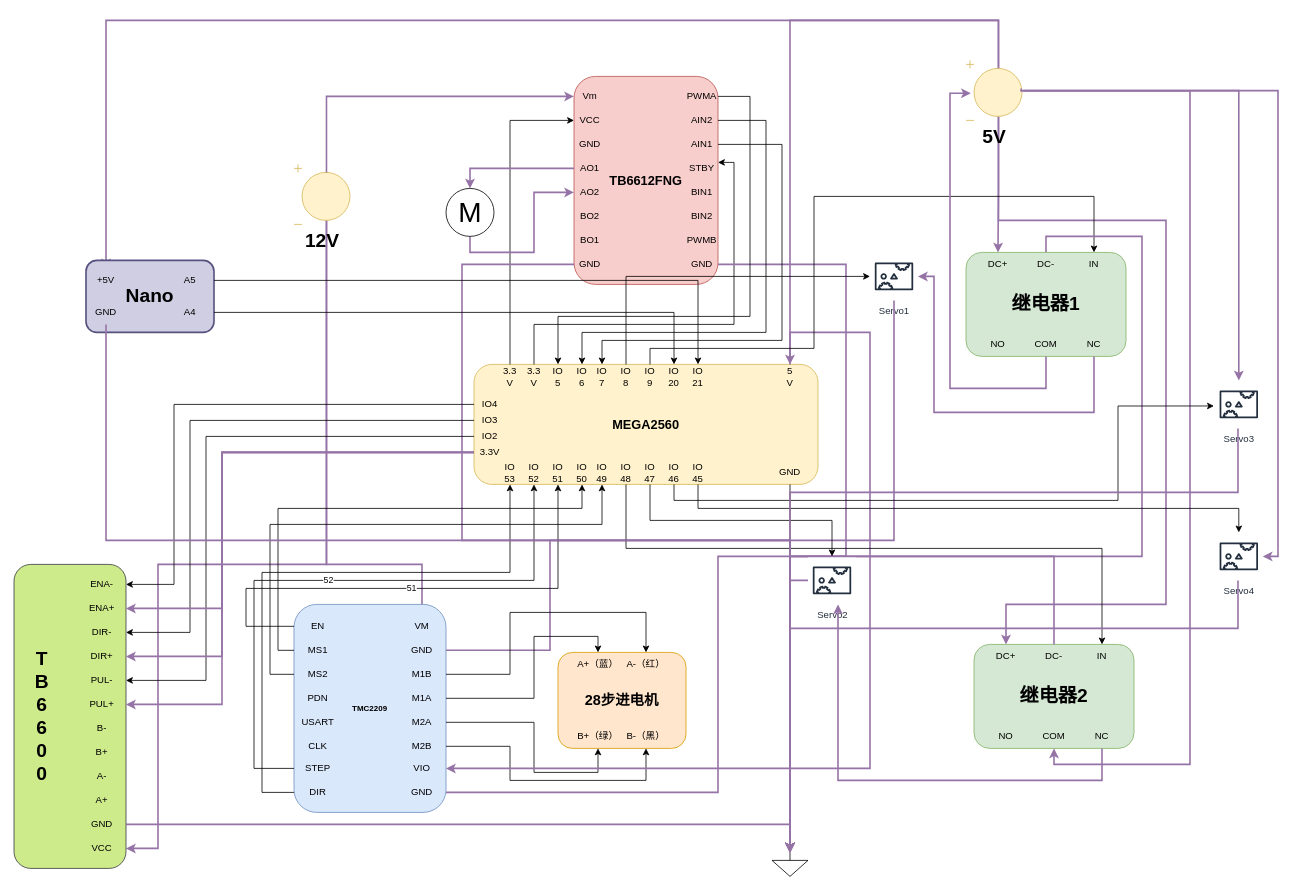
This is 电路图出纸.drawio from xinlanzi/Induisal-design, a draw.io file, before an edit. Source tidied: cells renumbered, new cells numbered last; positions are measured from the earlier drawing's top-left corner, leaving out a move shared by most shapes. Both pictures are drawn from the tidied source at 80%, with x=0, y=0 at pixel (14, 20).
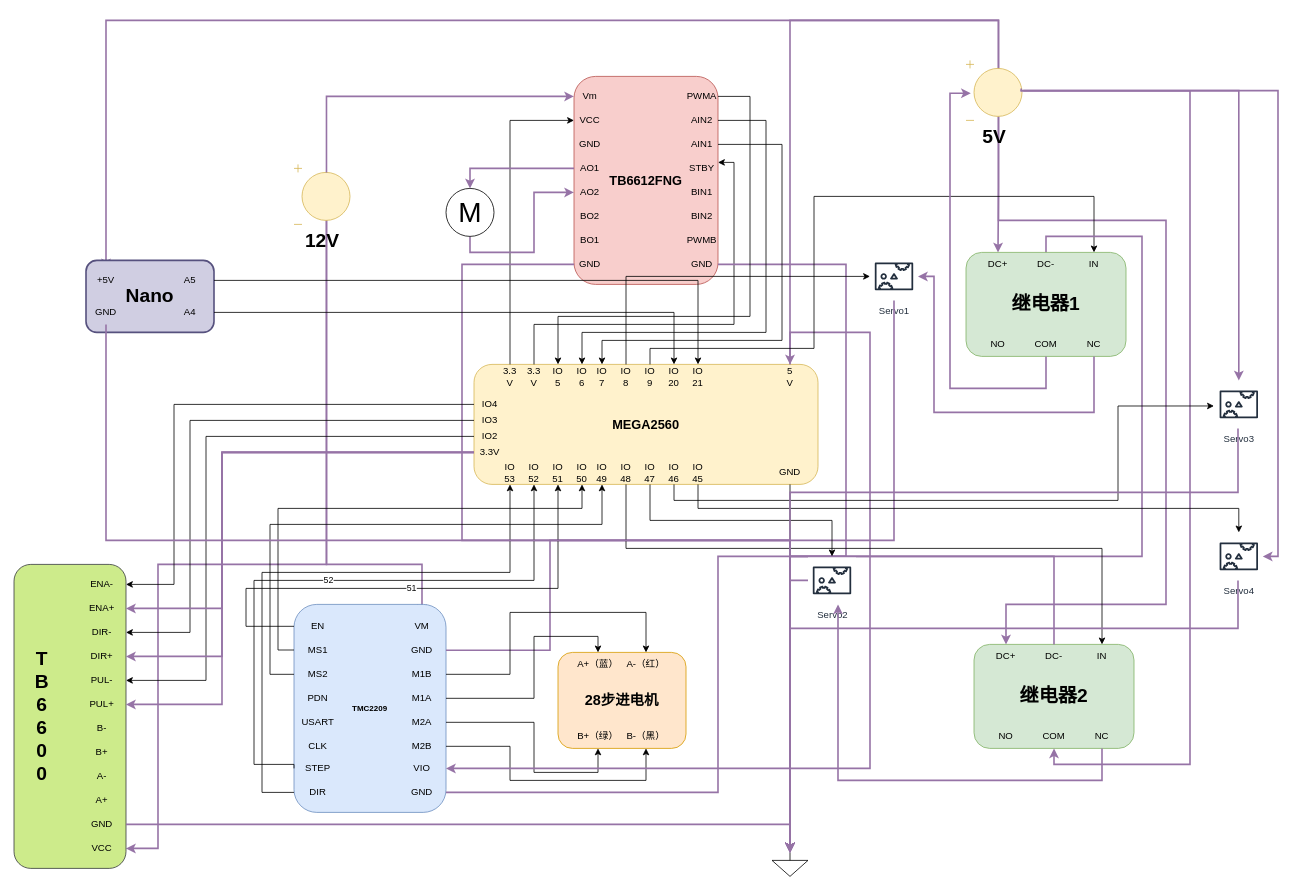
The same page after the edit.

Commit message:
更新电路图出纸.drawio

The change refers to these unchanged cells:
```xml
<mxCell id="35" value="IO&lt;div&gt;52&lt;/div&gt;" style="text;html=1;whiteSpace=wrap;strokeColor=none;fillColor=none;align=center;verticalAlign=middle;rounded=0;" parent="24" vertex="1">
  <mxGeometry x="60" y="120" width="30" height="30" as="geometry" />
</mxCell>
<mxCell id="37" value="IO&lt;div&gt;50&lt;/div&gt;" style="text;html=1;whiteSpace=wrap;strokeColor=none;fillColor=none;align=center;verticalAlign=middle;rounded=0;" parent="24" vertex="1">
  <mxGeometry x="120" y="120" width="30" height="30" as="geometry" />
</mxCell>
<mxCell id="67" value="MS1" style="text;html=1;whiteSpace=wrap;strokeColor=none;fillColor=none;align=center;verticalAlign=middle;rounded=0;" parent="64" vertex="1">
  <mxGeometry y="42.4" width="60" height="30" as="geometry" />
</mxCell>
<mxCell id="72" value="STEP" style="text;html=1;whiteSpace=wrap;strokeColor=none;fillColor=none;align=center;verticalAlign=middle;rounded=0;" parent="64" vertex="1">
  <mxGeometry y="190" width="60" height="30" as="geometry" />
</mxCell>
```

Diff of the diagram source:
```diff
@@
     <mxCell id="91" value="52" style="edgeStyle=orthogonalEdgeStyle;rounded=0;jettySize=auto;html=1;exitX=0;exitY=0.5;exitDx=0;exitDy=0;entryX=0.5;entryY=1;entryDx=0;entryDy=0;" parent="1" edge="1" source="72" target="35">
       <mxGeometry relative="1" as="geometry">
         <Array as="points">
-          <mxPoint x="300" y="935" />
+          <mxPoint x="350" y="930" />
+          <mxPoint x="300" y="930" />
           <mxPoint x="300" y="700" />
           <mxPoint x="650" y="700" />
         </Array>
       </mxGeometry>
     </mxCell>
@@
-    <mxCell id="93" style="edgeStyle=orthogonalEdgeStyle;rounded=0;jettySize=auto;html=1;exitX=0;exitY=0.5;exitDx=0;exitDy=0;entryX=0.5;entryY=1;entryDx=0;entryDy=0;" parent="1" edge="1" source="67" target="37">
+    <mxCell id="93" style="edgeStyle=orthogonalEdgeStyle;rounded=0;jettySize=auto;html=1;entryX=0.5;entryY=1;entryDx=0;entryDy=0;" parent="1" edge="1" target="37">
       <mxGeometry relative="1" as="geometry">
+        <mxPoint x="350" y="787" as="sourcePoint" />
         <Array as="points">
           <mxPoint x="330" y="787" />
           <mxPoint x="330" y="610" />
           <mxPoint x="710" y="610" />
         </Array>
       </mxGeometry>
     </mxCell>
```
